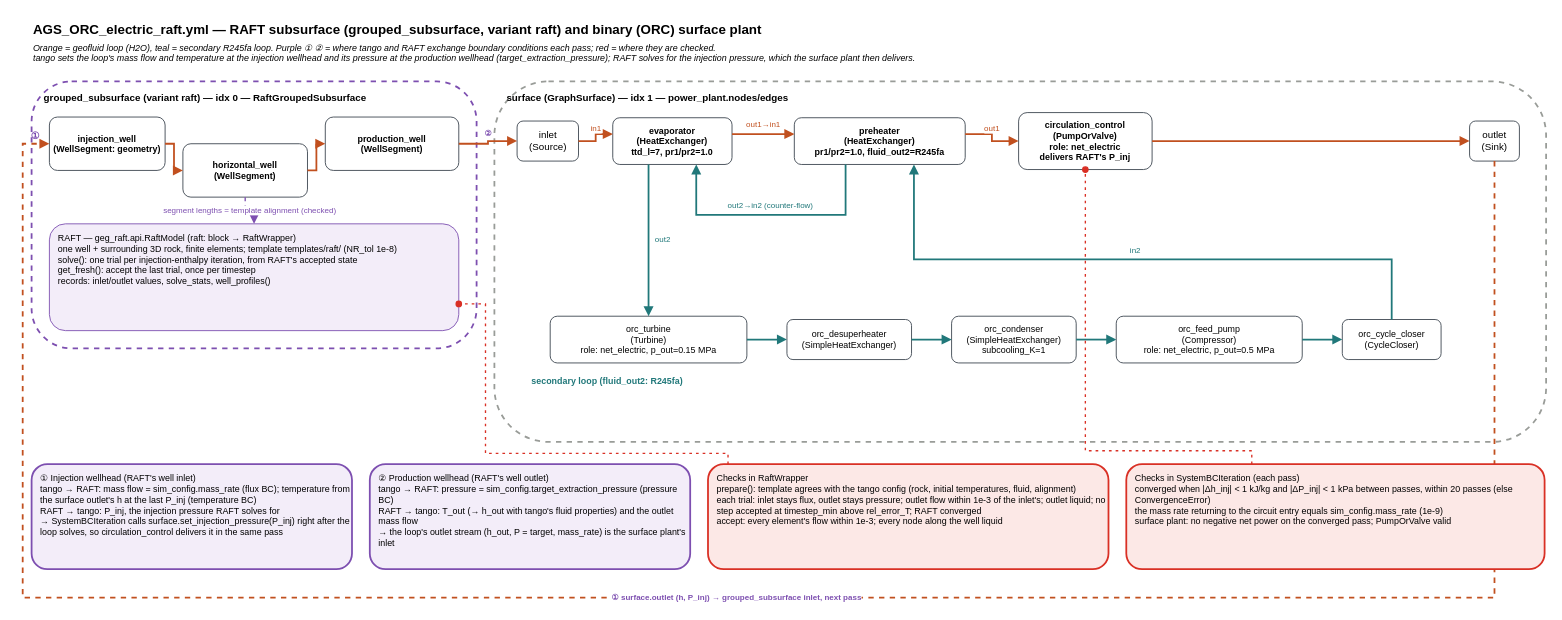
Above: docs/diagrams/src/AGS_ORC_electric_raft_topology.drawio in GEG-ETHZ/TANGO-core (draw.io), before the change. Source tidied: cells renumbered, new cells numbered last; positions are measured from the earlier drawing's top-left corner, leaving out a move shared by most shapes. Both pictures are drawn from the tidied source at 89%, with x=0, y=0 at pixel (22, 15).
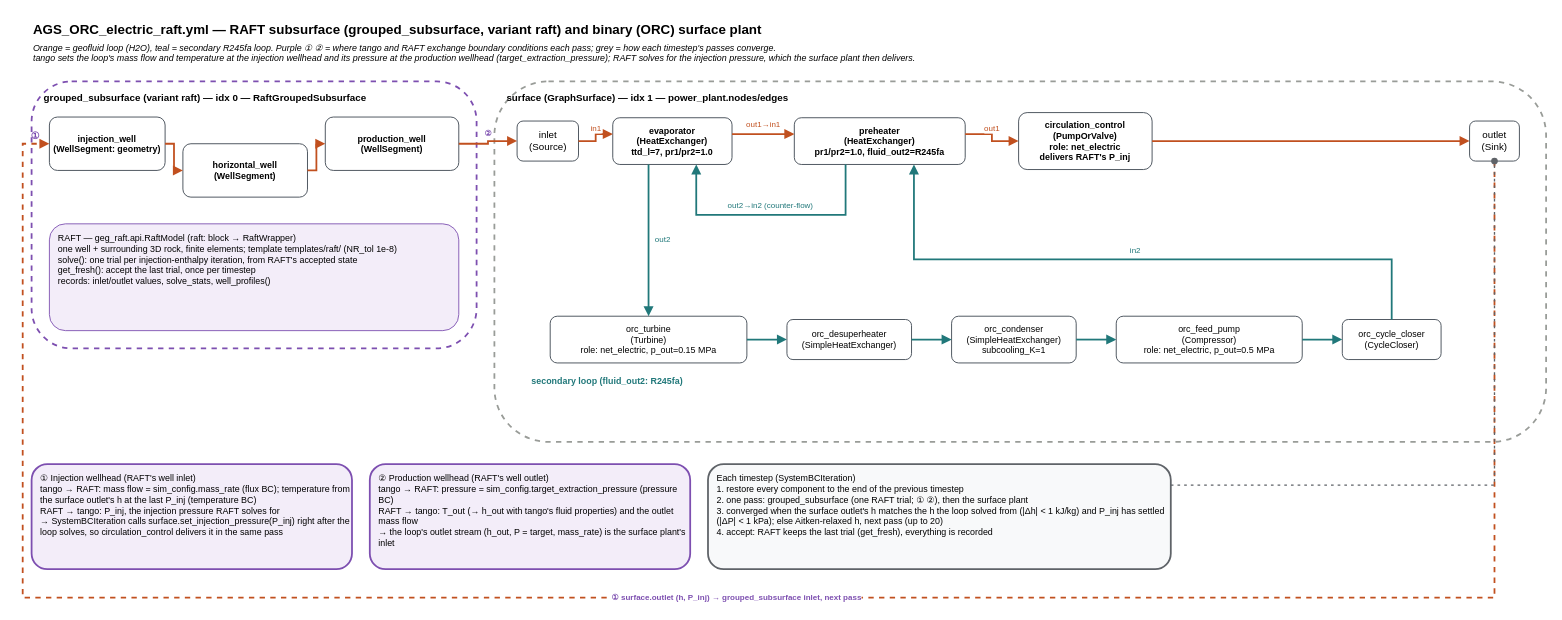
The same diagram, later.

Commit message (it also covers changes not shown here):
docs(diagrams): show how the RAFT model is solved, without the validation checks

The change refers to these unchanged cells:
```xml
<mxCell id="6" value="horizontal_well&#10;(WellSegment)" style="rounded=1;whiteSpace=wrap;html=1;fillColor=#ffffff;strokeColor=#3C4550;fontSize=10;fontStyle=1;" parent="1" vertex="1">
  <mxGeometry x="180" y="144" width="140" height="60" as="geometry" />
</mxCell>
<mxCell id="10" value="RAFT — geg_raft.api.RaftModel (raft: block → RaftWrapper)&#10;one well + surrounding 3D rock, finite elements; template templates/raft/ (NR_tol 1e-8)&#10;solve(): one trial per injection-enthalpy iteration, from RAFT's accepted state&#10;get_fresh(): accept the last trial, once per timestep&#10;records: inlet/outlet values, solve_stats, well_profiles()" style="rounded=1;whiteSpace=wrap;html=1;fillColor=#F3EDF9;strokeColor=#7D4FB0;fontSize=10;align=left;verticalAlign=top;spacingLeft=8;spacingTop=4;" parent="1" vertex="1">
  <mxGeometry x="30" y="234" width="460" height="120" as="geometry" />
</mxCell>
<mxCell id="16" value="circulation_control&#10;(PumpOrValve)&#10;role: net_electric&#10;delivers RAFT's P_inj" style="rounded=1;whiteSpace=wrap;html=1;fillColor=#ffffff;strokeColor=#3C4550;fontSize=10;fontStyle=1;" parent="1" vertex="1">
  <mxGeometry x="1119" y="109" width="150" height="64" as="geometry" />
</mxCell>
<mxCell id="22" value="outlet&#10;(Sink)" style="rounded=1;whiteSpace=wrap;html=1;fillColor=#ffffff;strokeColor=#3C4550;fontSize=11;" parent="1" vertex="1">
  <mxGeometry x="1625.7" y="118.5" width="56" height="45" as="geometry" />
</mxCell>
```

Diff of the diagram source:
```diff
@@
-    <mxCell id="3" value="Orange = geofluid loop (H2O), teal = secondary R245fa loop. Purple ① ② = where tango and RAFT exchange boundary conditions each pass; red = where they are checked.&#10;tango sets the loop's mass flow and temperature at the injection wellhead and its pressure at the production wellhead (target_extraction_pressure); RAFT solves for the injection pressure, which the surface plant then delivers." style="text;html=1;strokeColor=none;fillColor=none;align=left;fontSize=10;fontStyle=2;" parent="1" vertex="1">
+    <mxCell id="3" value="Orange = geofluid loop (H2O), teal = secondary R245fa loop. Purple ① ② = where tango and RAFT exchange boundary conditions each pass; grey = how each timestep's passes converge.&#10;tango sets the loop's mass flow and temperature at the injection wellhead and its pressure at the production wellhead (target_extraction_pressure); RAFT solves for the injection pressure, which the surface plant then delivers." style="text;html=1;strokeColor=none;fillColor=none;align=left;fontSize=10;fontStyle=2;" parent="1" vertex="1">
       <mxGeometry x="10" y="24" width="1700" height="30" as="geometry" />
     </mxCell>
@@
-    <mxCell id="11" value="segment lengths = template alignment (checked)" style="edgeStyle=orthogonalEdgeStyle;rounded=0;strokeColor=#7D4FB0;strokeWidth=1.5;dashed=1;html=1;endArrow=block;endFill=1;fontSize=9;fontColor=#7D4FB0;exitX=0.5;exitY=1;entryX=0.5;entryY=0;" parent="1" edge="1" source="6" target="10">
-      <mxGeometry relative="1" as="geometry" />
-    </mxCell>
@@
-    <mxCell id="40" value="Checks in RaftWrapper&#10;prepare(): template agrees with the tango config (rock, initial temperatures, fluid, alignment)&#10;each trial: inlet stays flux, outlet stays pressure; outlet flow within 1e-3 of the inlet's; outlet liquid; no step accepted at timestep_min above rel_error_T; RAFT converged&#10;accept: every element's flow within 1e-3; every node along the well liquid" style="rounded=1;whiteSpace=wrap;html=1;fillColor=#FCE8E6;strokeColor=#D93025;strokeWidth=2;fontSize=10;align=left;verticalAlign=top;spacingLeft=8;spacingTop=4;" parent="1" vertex="1">
-      <mxGeometry x="770" y="504" width="450" height="118" as="geometry" />
-    </mxCell>
-    <mxCell id="41" value="Checks in SystemBCIteration (each pass)&#10;converged when |Δh_inj| &lt; 1 kJ/kg and |ΔP_inj| &lt; 1 kPa between passes, within 20 passes (else ConvergenceError)&#10;the mass rate returning to the circuit entry equals sim_config.mass_rate (1e-9)&#10;surface plant: no negative net power on the converged pass; PumpOrValve valid" style="rounded=1;whiteSpace=wrap;html=1;fillColor=#FCE8E6;strokeColor=#D93025;strokeWidth=2;fontSize=10;align=left;verticalAlign=top;spacingLeft=8;spacingTop=4;" parent="1" vertex="1">
-      <mxGeometry x="1240" y="504" width="470" height="118" as="geometry" />
-    </mxCell>
-    <mxCell id="42" style="edgeStyle=orthogonalEdgeStyle;rounded=0;strokeColor=#D93025;strokeWidth=1.5;dashed=1;dashPattern=2 3;html=1;endArrow=oval;endFill=1;exitX=0.05;exitY=0;entryX=1;entryY=0.75;" parent="1" edge="1" source="40" target="10">
-      <mxGeometry relative="1" as="geometry">
-        <Array as="points">
-          <mxPoint x="792.5" y="492" />
-          <mxPoint x="520" y="492" />
-          <mxPoint x="520" y="324" />
-        </Array>
-      </mxGeometry>
-    </mxCell>
-    <mxCell id="43" style="edgeStyle=orthogonalEdgeStyle;rounded=0;strokeColor=#D93025;strokeWidth=1.5;dashed=1;dashPattern=2 3;html=1;endArrow=oval;endFill=1;exitX=0.3;exitY=0;entryX=0.5;entryY=1;" parent="1" edge="1" source="41" target="16">
-      <mxGeometry relative="1" as="geometry">
-        <Array as="points">
-          <mxPoint x="1381" y="489" />
-          <mxPoint x="1194" y="489" />
-        </Array>
-      </mxGeometry>
-    </mxCell>
+    <mxCell id="44" value="Each timestep (SystemBCIteration)&#10;1. restore every component to the end of the previous timestep&#10;2. one pass: grouped_subsurface (one RAFT trial; ① ②), then the surface plant&#10;3. converged when the surface outlet's h matches the h the loop solved from (|Δh| &lt; 1 kJ/kg) and P_inj has settled (|ΔP| &lt; 1 kPa); else Aitken-relaxed h, next pass (up to 20)&#10;4. accept: RAFT keeps the last trial (get_fresh), everything is recorded" style="rounded=1;whiteSpace=wrap;html=1;fillColor=#F8F9FA;strokeColor=#5F6368;strokeWidth=2;fontSize=10;align=left;verticalAlign=top;spacingLeft=8;spacingTop=4;" parent="1" vertex="1">
+      <mxGeometry x="770" y="504" width="520" height="118" as="geometry" />
+    </mxCell>
+    <mxCell id="45" style="edgeStyle=orthogonalEdgeStyle;rounded=0;strokeColor=#5F6368;strokeWidth=1.5;dashed=1;dashPattern=2 3;html=1;endArrow=oval;endFill=1;exitX=1;exitY=0.2;entryX=0.5;entryY=1;" parent="1" edge="1" source="44" target="22">
+      <mxGeometry relative="1" as="geometry">
+        <Array as="points">
+          <mxPoint x="1653.7" y="528" />
+        </Array>
+      </mxGeometry>
+    </mxCell>
```
